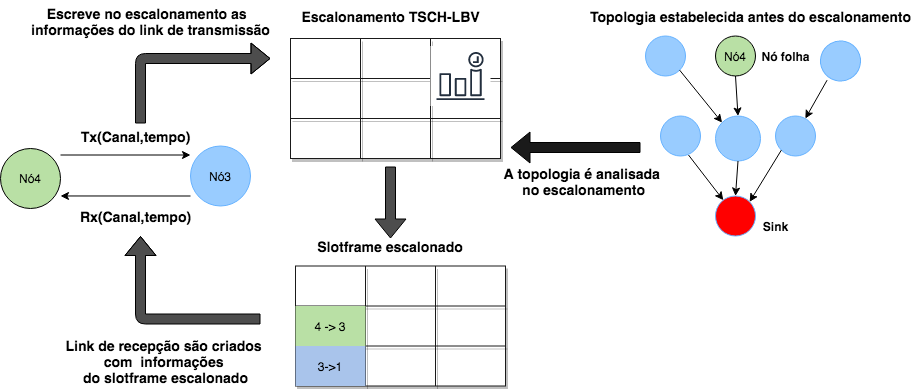
Above: TSCH-LBVschema (1).png in guiaguiar27/IC (draw.io), before the change. Source tidied: cells renumbered, new cells last; positions are measured from the earlier drawing's top-left corner, leaving out a move shared by most shapes.
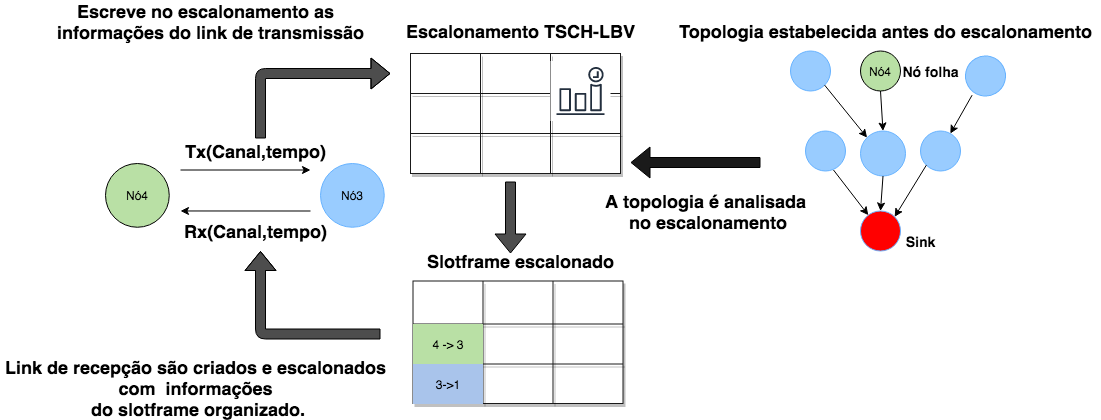
After the change.

What changed in the source:
```diff
@@ -3,7 +3,7 @@
     <mxCell id="0" />
     <mxCell id="1" parent="0" />
     <mxCell id="2" value="Nó4" style="ellipse;whiteSpace=wrap;html=1;fillColor=#B9E0A5;" parent="1" vertex="1">
-      <mxGeometry y="148" width="60" height="60" as="geometry" />
+      <mxGeometry x="-15" y="148" width="63.8" height="63.8" as="geometry" />
     </mxCell>
     <mxCell id="3" style="endArrow=classic;html=1;fillColor=#FFFFFF;" parent="1" edge="1">
       <mxGeometry relative="1" as="geometry">
@@ -11,8 +11,8 @@
         <mxPoint x="190" y="154.5" as="targetPoint" />
       </mxGeometry>
     </mxCell>
-    <mxCell id="4" value="&lt;font style=&quot;font-size: 14px&quot;&gt;&lt;b&gt;Tx(Canal,tempo)&lt;/b&gt;&lt;/font&gt;" style="text;html=1;align=center;verticalAlign=middle;" parent="1" vertex="1">
-      <mxGeometry x="70" y="125.5" width="130" height="20" as="geometry" />
+    <mxCell id="4" value="&lt;font style=&quot;font-size: 18px&quot;&gt;&lt;b&gt;Tx(Canal,tempo)&lt;/b&gt;&lt;/font&gt;" style="text;html=1;align=center;verticalAlign=middle;" parent="1" vertex="1">
+      <mxGeometry x="55" y="125.5" width="160" height="20" as="geometry" />
     </mxCell>
     <mxCell id="5" style="endArrow=classic;html=1;fillColor=#FFFFFF;entryX=1;entryY=0.833;entryDx=0;entryDy=0;entryPerimeter=0;" parent="1" edge="1">
       <mxGeometry relative="1" as="geometry">
@@ -20,29 +20,29 @@
         <mxPoint x="60" y="195.5" as="targetPoint" />
       </mxGeometry>
     </mxCell>
-    <mxCell id="6" value="&lt;font style=&quot;font-size: 14px&quot;&gt;&lt;b&gt;Rx(Canal,tempo)&lt;/b&gt;&lt;/font&gt;" style="text;html=1;align=center;verticalAlign=middle;" parent="1" vertex="1">
-      <mxGeometry x="70" y="205.5" width="130" height="20" as="geometry" />
+    <mxCell id="6" value="&lt;font style=&quot;font-size: 18px&quot;&gt;&lt;b&gt;Rx(Canal,tempo)&lt;/b&gt;&lt;/font&gt;" style="text;html=1;align=center;verticalAlign=middle;" parent="1" vertex="1">
+      <mxGeometry x="55" y="205.5" width="160" height="20" as="geometry" />
     </mxCell>
-    <mxCell id="7" value="&lt;font style=&quot;font-size: 14px&quot;&gt;&lt;b&gt;Slotframe escalonado&lt;/b&gt;&lt;/font&gt;" style="text;html=1;strokeColor=none;fillColor=none;align=center;verticalAlign=middle;whiteSpace=wrap;rounded=0;" parent="1" vertex="1">
-      <mxGeometry x="315" y="235.5" width="150" height="20" as="geometry" />
+    <mxCell id="7" value="&lt;font style=&quot;font-size: 18px&quot;&gt;&lt;b&gt;Slotframe escalonado&lt;/b&gt;&lt;/font&gt;" style="text;html=1;strokeColor=none;fillColor=none;align=center;verticalAlign=middle;whiteSpace=wrap;rounded=0;" parent="1" vertex="1">
+      <mxGeometry x="297.5" y="235.5" width="205" height="20" as="geometry" />
     </mxCell>
     <mxCell id="8" style="ellipse;whiteSpace=wrap;html=1;fillColor=#99CCFF;strokeColor=#66B2FF;" parent="1" vertex="1">
-      <mxGeometry x="645" y="35.5" width="40" height="40" as="geometry" />
+      <mxGeometry x="670" y="35.5" width="40" height="40" as="geometry" />
     </mxCell>
     <mxCell id="9" style="ellipse;whiteSpace=wrap;html=1;fillColor=#99CCFF;strokeColor=#66B2FF;rotation=15;" parent="1" vertex="1">
-      <mxGeometry x="820" y="40.5" width="40" height="40" as="geometry" />
+      <mxGeometry x="845" y="40.5" width="40" height="40" as="geometry" />
     </mxCell>
     <mxCell id="10" style="ellipse;whiteSpace=wrap;html=1;fillColor=#99CCFF;strokeColor=#66B2FF;" parent="1" vertex="1">
-      <mxGeometry x="715" y="115.5" width="45" height="45" as="geometry" />
+      <mxGeometry x="740" y="115.5" width="45" height="45" as="geometry" />
     </mxCell>
     <mxCell id="11" style="ellipse;whiteSpace=wrap;html=1;fillColor=#99CCFF;strokeColor=#66B2FF;" parent="1" vertex="1">
-      <mxGeometry x="660" y="115.5" width="40" height="40" as="geometry" />
+      <mxGeometry x="685" y="115.5" width="40" height="40" as="geometry" />
     </mxCell>
     <mxCell id="12" style="ellipse;whiteSpace=wrap;html=1;fillColor=#99CCFF;strokeColor=#66B2FF;" parent="1" vertex="1">
-      <mxGeometry x="775" y="115.5" width="40" height="40" as="geometry" />
+      <mxGeometry x="800" y="115.5" width="40" height="40" as="geometry" />
     </mxCell>
     <mxCell id="13" style="ellipse;whiteSpace=wrap;html=1;fillColor=#FF0000;strokeColor=#66B2FF;" parent="1" vertex="1">
-      <mxGeometry x="715" y="195.5" width="40" height="40" as="geometry" />
+      <mxGeometry x="740" y="195.5" width="40" height="40" as="geometry" />
     </mxCell>
     <mxCell id="14" style="endArrow=classic;html=1;fillColor=#FFFFFF;exitX=0.7;exitY=0.975;exitDx=0;exitDy=0;exitPerimeter=0;" parent="1" edge="1" source="11" target="13">
       <mxGeometry relative="1" as="geometry" />
@@ -58,23 +58,23 @@
     </mxCell>
     <mxCell id="18" style="endArrow=classic;html=1;fillColor=#FFFFFF;exitX=0.5;exitY=1;exitDx=0;exitDy=0;entryX=0.5;entryY=0;entryDx=0;entryDy=0;" parent="1" edge="1" target="10">
       <mxGeometry relative="1" as="geometry">
-        <mxPoint x="735" y="75.5" as="sourcePoint" />
+        <mxPoint x="760" y="75.5" as="sourcePoint" />
       </mxGeometry>
     </mxCell>
     <mxCell id="19" style="endArrow=classic;html=1;fillColor=#FFFFFF;exitX=0.3;exitY=1.05;exitDx=0;exitDy=0;exitPerimeter=0;" parent="1" edge="1" source="9" target="12">
       <mxGeometry relative="1" as="geometry" />
     </mxCell>
-    <mxCell id="20" value="&lt;b&gt;Sink&lt;/b&gt;" style="text;html=1;align=center;verticalAlign=middle;" parent="1" vertex="1">
-      <mxGeometry x="755" y="215.5" width="40" height="20" as="geometry" />
+    <mxCell id="20" value="&lt;b&gt;&lt;font style=&quot;font-size: 14px&quot;&gt;Sink&lt;/font&gt;&lt;/b&gt;" style="text;html=1;align=center;verticalAlign=middle;" parent="1" vertex="1">
+      <mxGeometry x="775" y="215.5" width="50" height="20" as="geometry" />
     </mxCell>
     <mxCell id="21" value="Nó4" style="ellipse;whiteSpace=wrap;html=1;fillColor=#B9E0A5;" parent="1" vertex="1">
-      <mxGeometry x="715" y="35.5" width="40" height="40" as="geometry" />
+      <mxGeometry x="740" y="35.5" width="40" height="40" as="geometry" />
     </mxCell>
     <mxCell id="22" value="Nó3" style="ellipse;whiteSpace=wrap;html=1;fillColor=#99CCFF;strokeColor=#66B2FF;" parent="1" vertex="1">
-      <mxGeometry x="190" y="145.5" width="60" height="60" as="geometry" />
+      <mxGeometry x="200" y="148" width="63.8" height="63.8" as="geometry" />
     </mxCell>
-    <mxCell id="23" value="&lt;font style=&quot;font-size: 14px&quot;&gt;&lt;b&gt;Topologia estabelecida antes do escalonamento&lt;/b&gt;&lt;/font&gt;" style="text;html=1;align=center;verticalAlign=middle;" parent="1" vertex="1">
-      <mxGeometry x="580" y="5.5" width="340" height="20" as="geometry" />
+    <mxCell id="23" value="&lt;font style=&quot;font-size: 18px&quot;&gt;&lt;b&gt;Topologia estabelecida antes do escalonamento&lt;/b&gt;&lt;/font&gt;" style="text;html=1;align=center;verticalAlign=middle;" parent="1" vertex="1">
+      <mxGeometry x="550" y="5.5" width="430" height="20" as="geometry" />
     </mxCell>
     <mxCell id="24" style="shape=flexArrow;endArrow=classic;html=1;fillColor=#4D4D4D;" parent="1" edge="1">
       <mxGeometry relative="1" as="geometry">
@@ -100,17 +100,17 @@
         </Array>
       </mxGeometry>
     </mxCell>
-    <mxCell id="27" value="&lt;font style=&quot;font-size: 14px&quot;&gt;&lt;b&gt;Escreve no escalonamento as&amp;nbsp; &lt;br&gt;informações do link de transmissão&lt;/b&gt;&lt;/font&gt;" style="text;html=1;align=center;verticalAlign=middle;" parent="1" vertex="1">
-      <mxGeometry x="25" y="0.5" width="250" height="40" as="geometry" />
+    <mxCell id="27" value="&lt;font style=&quot;font-size: 18px&quot;&gt;&lt;b&gt;Escreve no escalonamento as&amp;nbsp; &lt;br&gt;informações do link de transmissão&lt;/b&gt;&lt;/font&gt;" style="text;html=1;align=center;verticalAlign=middle;" parent="1" vertex="1">
+      <mxGeometry x="-70" y="-14.5" width="320" height="40" as="geometry" />
     </mxCell>
-    <mxCell id="28" value="&lt;b&gt;&lt;font style=&quot;font-size: 14px&quot;&gt;A topologia é&amp;nbsp;analisada&amp;nbsp; &lt;br&gt;no escalonamento&amp;nbsp;&lt;/font&gt;&lt;/b&gt;" style="text;html=1;align=center;verticalAlign=middle;" parent="1" vertex="1">
-      <mxGeometry x="495" y="160.5" width="180" height="40" as="geometry" />
+    <mxCell id="28" value="&lt;b&gt;&lt;font style=&quot;font-size: 18px&quot;&gt;A topologia é&amp;nbsp;analisada&amp;nbsp; &lt;br&gt;no escalonamento&amp;nbsp;&lt;/font&gt;&lt;/b&gt;" style="text;html=1;align=center;verticalAlign=middle;" parent="1" vertex="1">
+      <mxGeometry x="480" y="175.5" width="220" height="40" as="geometry" />
     </mxCell>
-    <mxCell id="29" value="&lt;b&gt;&lt;font style=&quot;font-size: 14px&quot;&gt;Link de recepção são criados&amp;nbsp;&lt;br&gt;&amp;nbsp;com&amp;nbsp; informações&amp;nbsp; &lt;br&gt;do slotframe escalonado&lt;/font&gt;&lt;/b&gt;" style="text;html=1;align=center;verticalAlign=middle;" parent="1" vertex="1">
-      <mxGeometry x="55" y="335.5" width="220" height="50" as="geometry" />
+    <mxCell id="29" value="&lt;b&gt;&lt;font style=&quot;font-size: 18px&quot;&gt;Link de recepção são criados e escalonados&amp;nbsp; &lt;br&gt;com&amp;nbsp; informações&amp;nbsp; &lt;br&gt;do slotframe organizado.&amp;nbsp;&lt;/font&gt;&lt;/b&gt;" style="text;html=1;align=center;verticalAlign=middle;" parent="1" vertex="1">
+      <mxGeometry x="-120" y="348" width="400" height="50" as="geometry" />
     </mxCell>
-    <mxCell id="30" value="&lt;b&gt;Nó folha&lt;/b&gt;" style="text;html=1;align=center;verticalAlign=middle;" parent="1" vertex="1">
-      <mxGeometry x="755" y="45.5" width="60" height="20" as="geometry" />
+    <mxCell id="30" value="&lt;b&gt;&lt;font style=&quot;font-size: 14px&quot;&gt;Nó folha&lt;/font&gt;&lt;/b&gt;" style="text;html=1;align=center;verticalAlign=middle;" parent="1" vertex="1">
+      <mxGeometry x="775" y="45.5" width="70" height="20" as="geometry" />
     </mxCell>
     <mxCell id="31" style="shape=table;html=1;whiteSpace=wrap;startSize=0;strokeColor=#1A1A1A;fillColor=#FFFFFF;shadow=1;" parent="1" vertex="1">
       <mxGeometry x="290" y="38" width="210" height="120" as="geometry" />
@@ -152,22 +152,22 @@
       <mxGeometry x="140" width="70" height="40" as="geometry" />
     </mxCell>
     <mxCell id="44" style="shape=table;html=1;whiteSpace=wrap;startSize=0;strokeColor=#1A1A1A;fillColor=#FFFFFF;shadow=1;" parent="1" vertex="1">
-      <mxGeometry x="295" y="265.5" width="210" height="120" as="geometry" />
+      <mxGeometry x="292.5" y="265.5" width="210" height="122.5" as="geometry" />
     </mxCell>
     <mxCell id="45" style="shape=partialRectangle;html=1;whiteSpace=wrap;fillColor=none;top=0;left=0;bottom=0;right=0;" parent="44" vertex="1">
-      <mxGeometry width="210" height="40" as="geometry" />
+      <mxGeometry width="210" height="43" as="geometry" />
     </mxCell>
     <mxCell id="46" style="shape=partialRectangle;html=1;whiteSpace=wrap;fillColor=none;top=0;left=0;bottom=0;right=0;overflow=hidden;" parent="45" vertex="1">
-      <mxGeometry width="70" height="40" as="geometry" />
+      <mxGeometry width="70" height="43" as="geometry" />
     </mxCell>
     <mxCell id="47" style="shape=partialRectangle;html=1;whiteSpace=wrap;fillColor=none;top=0;left=0;bottom=0;right=0;overflow=hidden;" parent="45" vertex="1">
-      <mxGeometry x="70" width="70" height="40" as="geometry" />
+      <mxGeometry x="70" width="70" height="43" as="geometry" />
     </mxCell>
     <mxCell id="48" style="shape=partialRectangle;html=1;whiteSpace=wrap;fillColor=none;top=0;left=0;bottom=0;right=0;overflow=hidden;" parent="45" vertex="1">
-      <mxGeometry x="140" width="70" height="40" as="geometry" />
+      <mxGeometry x="140" width="70" height="43" as="geometry" />
     </mxCell>
     <mxCell id="49" style="shape=partialRectangle;html=1;whiteSpace=wrap;fillColor=none;top=0;left=0;bottom=0;right=0;" parent="44" vertex="1">
-      <mxGeometry y="40" width="210" height="40" as="geometry" />
+      <mxGeometry y="43" width="210" height="40" as="geometry" />
     </mxCell>
     <mxCell id="50" value="&lt;span&gt;4 -&amp;gt; 3&lt;/span&gt;" style="shape=partialRectangle;html=1;whiteSpace=wrap;fillColor=#B9E0A5;top=0;left=0;bottom=0;right=0;overflow=hidden;" parent="49" vertex="1">
       <mxGeometry width="70" height="40" as="geometry" />
@@ -179,7 +179,7 @@
       <mxGeometry x="140" width="70" height="40" as="geometry" />
     </mxCell>
     <mxCell id="53" style="shape=partialRectangle;html=1;whiteSpace=wrap;fillColor=none;top=0;left=0;bottom=0;right=0;" parent="44" vertex="1">
-      <mxGeometry y="80" width="210" height="40" as="geometry" />
+      <mxGeometry y="83" width="210" height="40" as="geometry" />
     </mxCell>
     <mxCell id="54" value="3-&amp;gt;1" style="shape=partialRectangle;html=1;whiteSpace=wrap;fillColor=#A9C4EB;top=0;left=0;bottom=0;right=0;overflow=hidden;" parent="53" vertex="1">
       <mxGeometry width="70" height="40" as="geometry" />
@@ -193,8 +193,8 @@
     <mxCell id="57" style="fontColor=#232F3E;gradientColor=none;strokeColor=#232F3E;fillColor=#ffffff;dashed=0;verticalLabelPosition=bottom;verticalAlign=top;align=center;html=1;fontSize=12;fontStyle=0;shape=mxgraph.aws4.resourceIcon;resIcon=mxgraph.aws4.event_time_based;" parent="1" vertex="1">
       <mxGeometry x="430" y="45.5" width="60" height="60" as="geometry" />
     </mxCell>
-    <mxCell id="58" value="&lt;span style=&quot;font-size: 14px&quot;&gt;&lt;b&gt;Escalonamento TSCH-LBV&lt;/b&gt;&lt;/span&gt;" style="text;html=1;align=center;verticalAlign=middle;" parent="1" vertex="1">
-      <mxGeometry x="295" y="5.5" width="190" height="20" as="geometry" />
+    <mxCell id="58" value="&lt;b&gt;&lt;font style=&quot;font-size: 18px&quot;&gt;Escalonamento TSCH-LBV&lt;/font&gt;&lt;/b&gt;" style="text;html=1;align=center;verticalAlign=middle;" parent="1" vertex="1">
+      <mxGeometry x="280" y="5.5" width="240" height="20" as="geometry" />
     </mxCell>
     <mxCell id="59" style="shape=flexArrow;endArrow=classic;html=1;fillColor=#4D4D4D;" parent="1" edge="1">
       <mxGeometry relative="1" as="geometry">
```
